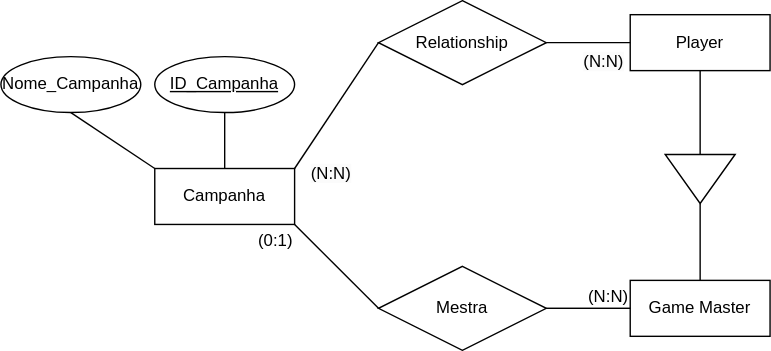
This is Diagrama sem nome.drawio.svg from VitorFonseca123/DnD-RPG, a draw.io export, as it was before one commit. Source tidied: cells renumbered, new cells last; positions are measured from the earlier drawing's top-left corner, leaving out a move shared by most shapes.
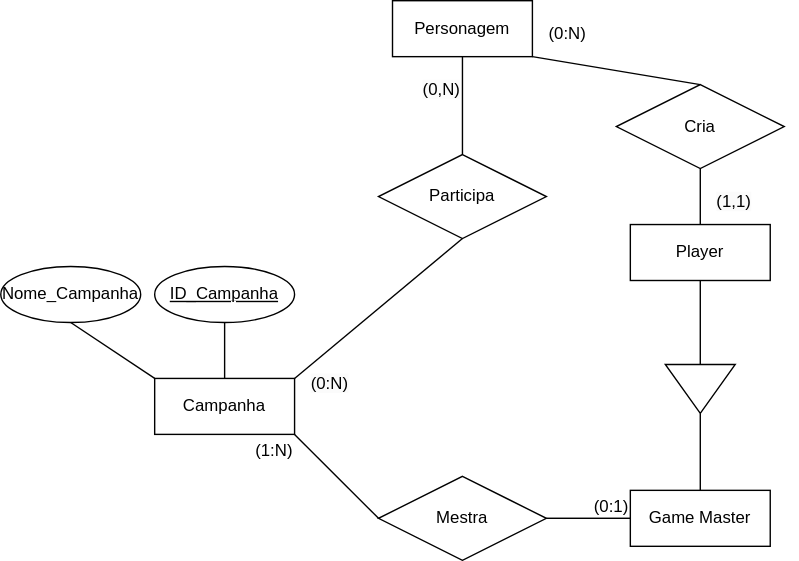
The same file after the commit.

Diff of the diagram source:
```diff
@@ -32,19 +32,16 @@
     <mxCell id="11" style="endArrow=none;html=1;rounded=0;exitX=1;exitY=0.5;exitDx=0;exitDy=0;entryX=0;entryY=0.5;entryDx=0;entryDy=0;" parent="1" edge="1" source="8" target="3">
       <mxGeometry relative="1" as="geometry" />
     </mxCell>
-    <mxCell id="12" value="(N:N)" style="html=1;whiteSpace=wrap;align=right;verticalAlign=bottom;" parent="11" vertex="1">
+    <mxCell id="12" value="(0:1&lt;span style=&quot;background-color: initial;&quot;&gt;)&lt;/span&gt;" style="html=1;whiteSpace=wrap;align=right;verticalAlign=bottom;" parent="11" vertex="1">
       <mxGeometry x="1" relative="1" as="geometry" />
     </mxCell>
-    <mxCell id="13" value="(0:1)" style="html=1;whiteSpace=wrap;align=right;verticalAlign=bottom;" parent="1" vertex="1">
+    <mxCell id="13" value="(1:N)" style="html=1;whiteSpace=wrap;align=right;verticalAlign=bottom;" parent="1" vertex="1">
       <mxGeometry x="210" y="180" as="geometry" />
     </mxCell>
-    <mxCell id="14" value="Relationship" style="shape=rhombus;perimeter=rhombusPerimeter;whiteSpace=wrap;html=1;align=center;" parent="1" vertex="1">
-      <mxGeometry x="270" width="120" height="60" as="geometry" />
-    </mxCell>
-    <mxCell id="15" style="endArrow=none;html=1;rounded=0;exitX=1;exitY=0.5;exitDx=0;exitDy=0;" parent="1" edge="1" source="14" target="2">
+    <mxCell id="15" style="endArrow=none;html=1;rounded=0;exitX=0.5;exitY=1;exitDx=0;exitDy=0;" parent="1" edge="1" source="24" target="2">
       <mxGeometry relative="1" as="geometry" />
     </mxCell>
-    <mxCell id="16" style="endArrow=none;html=1;rounded=0;exitX=0;exitY=0.5;exitDx=0;exitDy=0;entryX=1;entryY=0;entryDx=0;entryDy=0;" parent="1" edge="1" source="14" target="6">
+    <mxCell id="16" style="endArrow=none;html=1;rounded=0;exitX=0.5;exitY=1;exitDx=0;exitDy=0;entryX=1;entryY=0;entryDx=0;entryDy=0;" parent="1" edge="1" source="27" target="6">
       <mxGeometry relative="1" as="geometry" />
     </mxCell>
     <mxCell id="17" value="Nome_Campanha" style="ellipse;whiteSpace=wrap;html=1;align=center;" parent="1" vertex="1">
@@ -59,11 +56,32 @@
     <mxCell id="20" style="endArrow=none;html=1;rounded=0;exitX=0.5;exitY=1;exitDx=0;exitDy=0;entryX=0;entryY=0;entryDx=0;entryDy=0;" parent="1" edge="1" source="17" target="6">
       <mxGeometry relative="1" as="geometry" />
     </mxCell>
-    <mxCell id="21" value="&lt;span style=&quot;color: rgb(0, 0, 0); font-family: Helvetica; font-size: 12px; font-style: normal; font-variant-ligatures: normal; font-variant-caps: normal; font-weight: 400; letter-spacing: normal; orphans: 2; text-align: right; text-indent: 0px; text-transform: none; widows: 2; word-spacing: 0px; -webkit-text-stroke-width: 0px; white-space: nowrap; background-color: rgb(251, 251, 251); text-decoration-thickness: initial; text-decoration-style: initial; text-decoration-color: initial; display: inline !important; float: none;&quot;&gt;(N:N)&lt;/span&gt;" style="text;whiteSpace=wrap;html=1;" parent="1" vertex="1">
-      <mxGeometry x="415" y="30" width="60" height="40" as="geometry" />
+    <mxCell id="21" value="&lt;span style=&quot;color: rgb(0, 0, 0); font-family: Helvetica; font-size: 12px; font-style: normal; font-variant-ligatures: normal; font-variant-caps: normal; font-weight: 400; letter-spacing: normal; orphans: 2; text-align: right; text-indent: 0px; text-transform: none; widows: 2; word-spacing: 0px; -webkit-text-stroke-width: 0px; white-space: nowrap; background-color: rgb(251, 251, 251); text-decoration-thickness: initial; text-decoration-style: initial; text-decoration-color: initial; display: inline !important; float: none;&quot;&gt;(1,1)&lt;/span&gt;" style="text;whiteSpace=wrap;html=1;" parent="1" vertex="1">
+      <mxGeometry x="510" y="-20" width="60" height="30" as="geometry" />
     </mxCell>
-    <mxCell id="22" value="&lt;span style=&quot;color: rgb(0, 0, 0); font-family: Helvetica; font-size: 12px; font-style: normal; font-variant-ligatures: normal; font-variant-caps: normal; font-weight: 400; letter-spacing: normal; orphans: 2; text-align: right; text-indent: 0px; text-transform: none; widows: 2; word-spacing: 0px; -webkit-text-stroke-width: 0px; white-space: nowrap; background-color: rgb(251, 251, 251); text-decoration-thickness: initial; text-decoration-style: initial; text-decoration-color: initial; display: inline !important; float: none;&quot;&gt;(N:N)&lt;/span&gt;" style="text;whiteSpace=wrap;html=1;" parent="1" vertex="1">
+    <mxCell id="22" value="&lt;span style=&quot;color: rgb(0, 0, 0); font-family: Helvetica; font-size: 12px; font-style: normal; font-variant-ligatures: normal; font-variant-caps: normal; font-weight: 400; letter-spacing: normal; orphans: 2; text-align: right; text-indent: 0px; text-transform: none; widows: 2; word-spacing: 0px; -webkit-text-stroke-width: 0px; white-space: nowrap; background-color: rgb(251, 251, 251); text-decoration-thickness: initial; text-decoration-style: initial; text-decoration-color: initial; display: inline !important; float: none;&quot;&gt;(0:N)&lt;/span&gt;" style="text;whiteSpace=wrap;html=1;" parent="1" vertex="1">
       <mxGeometry x="220" y="110" width="60" height="40" as="geometry" />
     </mxCell>
+    <mxCell id="23" value="Personagem" style="whiteSpace=wrap;html=1;align=center;" parent="1" vertex="1">
+      <mxGeometry x="280" y="-150" width="100" height="40" as="geometry" />
+    </mxCell>
+    <mxCell id="24" value="Cria" style="shape=rhombus;perimeter=rhombusPerimeter;whiteSpace=wrap;html=1;align=center;" parent="1" vertex="1">
+      <mxGeometry x="440" y="-90" width="120" height="60" as="geometry" />
+    </mxCell>
+    <mxCell id="25" style="endArrow=none;html=1;rounded=0;exitX=1;exitY=1;exitDx=0;exitDy=0;entryX=0.5;entryY=0;entryDx=0;entryDy=0;" parent="1" edge="1" source="23" target="24">
+      <mxGeometry relative="1" as="geometry" />
+    </mxCell>
+    <mxCell id="26" value="&lt;span style=&quot;text-align: right; text-wrap: nowrap;&quot;&gt;(0&lt;/span&gt;&lt;span style=&quot;text-align: right; text-wrap: nowrap; background-color: initial;&quot;&gt;:N)&lt;/span&gt;" style="text;whiteSpace=wrap;html=1;" parent="1" vertex="1">
+      <mxGeometry x="390" y="-140" width="60" height="30" as="geometry" />
+    </mxCell>
+    <mxCell id="27" value="Participa" style="shape=rhombus;perimeter=rhombusPerimeter;whiteSpace=wrap;html=1;align=center;" parent="1" vertex="1">
+      <mxGeometry x="270" y="-40" width="120" height="60" as="geometry" />
+    </mxCell>
+    <mxCell id="28" style="endArrow=none;html=1;rounded=0;exitX=0.5;exitY=0;exitDx=0;exitDy=0;entryX=0.5;entryY=1;entryDx=0;entryDy=0;" parent="1" edge="1" source="27" target="23">
+      <mxGeometry relative="1" as="geometry" />
+    </mxCell>
+    <mxCell id="29" value="&lt;span style=&quot;color: rgb(0, 0, 0); font-family: Helvetica; font-size: 12px; font-style: normal; font-variant-ligatures: normal; font-variant-caps: normal; font-weight: 400; letter-spacing: normal; orphans: 2; text-align: right; text-indent: 0px; text-transform: none; widows: 2; word-spacing: 0px; -webkit-text-stroke-width: 0px; white-space: nowrap; background-color: rgb(251, 251, 251); text-decoration-thickness: initial; text-decoration-style: initial; text-decoration-color: initial; display: inline !important; float: none;&quot;&gt;(0,N)&lt;/span&gt;" style="text;whiteSpace=wrap;html=1;" parent="1" vertex="1">
+      <mxGeometry x="300" y="-100" width="60" height="40" as="geometry" />
+    </mxCell>
   </root>
 </mxGraphModel>
```
